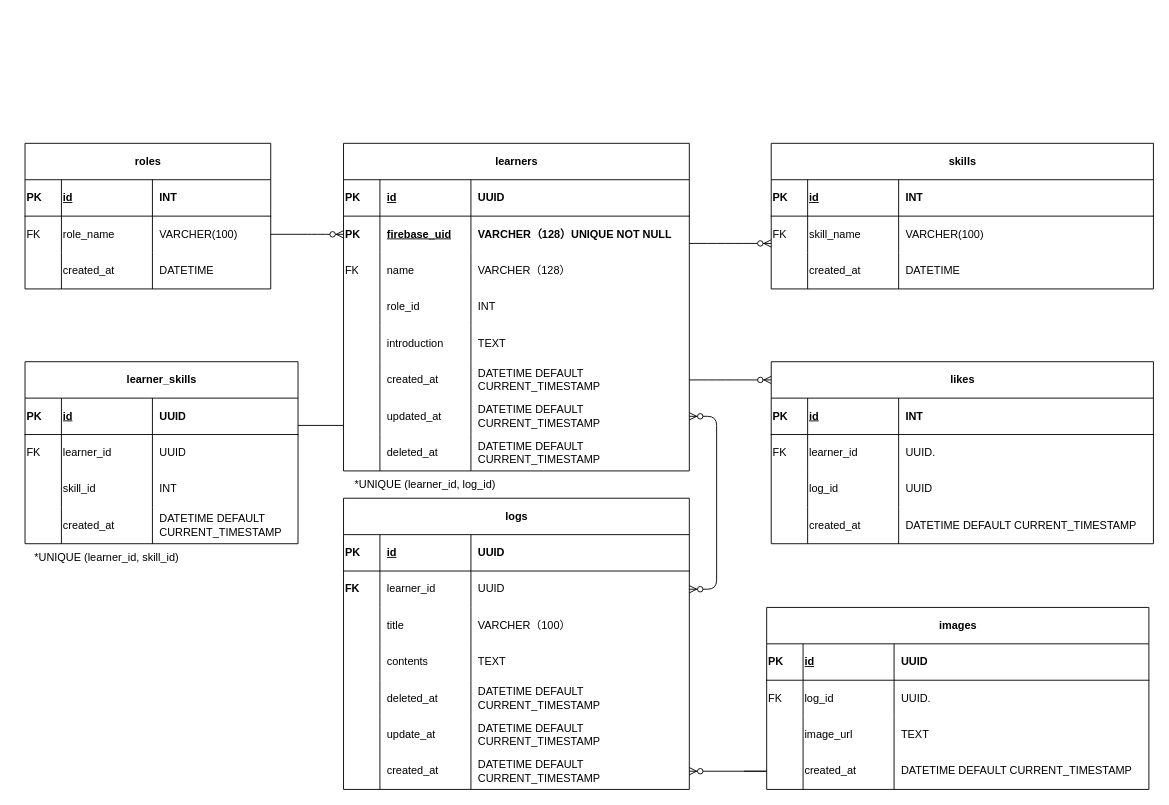
Before: docs/.drawio in ERIKOABE-hub/Logddy, a draw.io diagram. Source tidied: cells renumbered, new cells numbered last; positions are measured from the earlier drawing's top-left corner, leaving out a move shared by most shapes. Both pictures are drawn from the tidied source at 91%, with x=0, y=0 at pixel (15, 15).
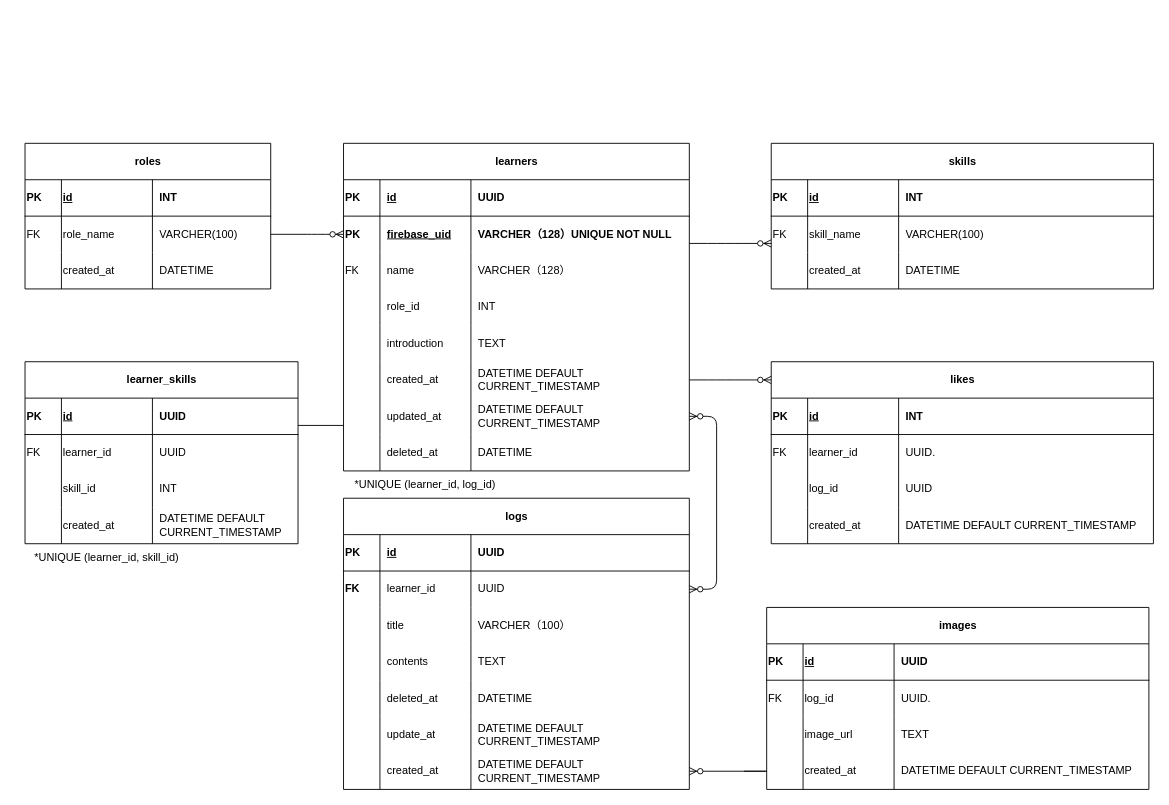
Above is the later version.

Commit message:
fix: deleted_atはDATETIME DEFAULT CURRENT_TIMESTAMPを削除

The change refers to these unchanged cells:
```xml
<mxCell id="75" style="shape=tableRow;horizontal=0;startSize=0;swimlaneHead=0;swimlaneBody=0;fillColor=none;top=0;left=0;right=0;bottom=0;fontFamily=Helvetica;align=left;" parent="58" vertex="1">
  <mxGeometry y="200" width="380" height="40" as="geometry" />
</mxCell>
```

The edit, as a diff of the source:
```diff
@@
-    <mxCell id="78" value="DATETIME DEFAULT CURRENT_TIMESTAMP" style="shape=partialRectangle;fillColor=none;top=0;left=0;bottom=0;right=0;align=left;spacingLeft=6;overflow=hidden;whiteSpace=wrap;html=1;fontFamily=Helvetica;" parent="75" vertex="1">
+    <mxCell id="78" value="DATETIME&amp;nbsp;" style="shape=partialRectangle;fillColor=none;top=0;left=0;bottom=0;right=0;align=left;spacingLeft=6;overflow=hidden;whiteSpace=wrap;html=1;fontFamily=Helvetica;" parent="75" vertex="1">
       <mxGeometry x="140" width="240" height="40" as="geometry" />
     </mxCell>
@@
-    <mxCell id="146" value="DATETIME DEFAULT CURRENT_TIMESTAMP" style="shape=partialRectangle;fillColor=none;top=0;left=0;bottom=0;right=0;align=left;spacingLeft=6;overflow=hidden;whiteSpace=wrap;html=1;fontFamily=Helvetica;" parent="1" vertex="1">
+    <mxCell id="146" value="DATETIME&amp;nbsp;" style="shape=partialRectangle;fillColor=none;top=0;left=0;bottom=0;right=0;align=left;spacingLeft=6;overflow=hidden;whiteSpace=wrap;html=1;fontFamily=Helvetica;" parent="1" vertex="1">
       <mxGeometry x="500" y="460" width="240" height="40" as="geometry" />
     </mxCell>
```
